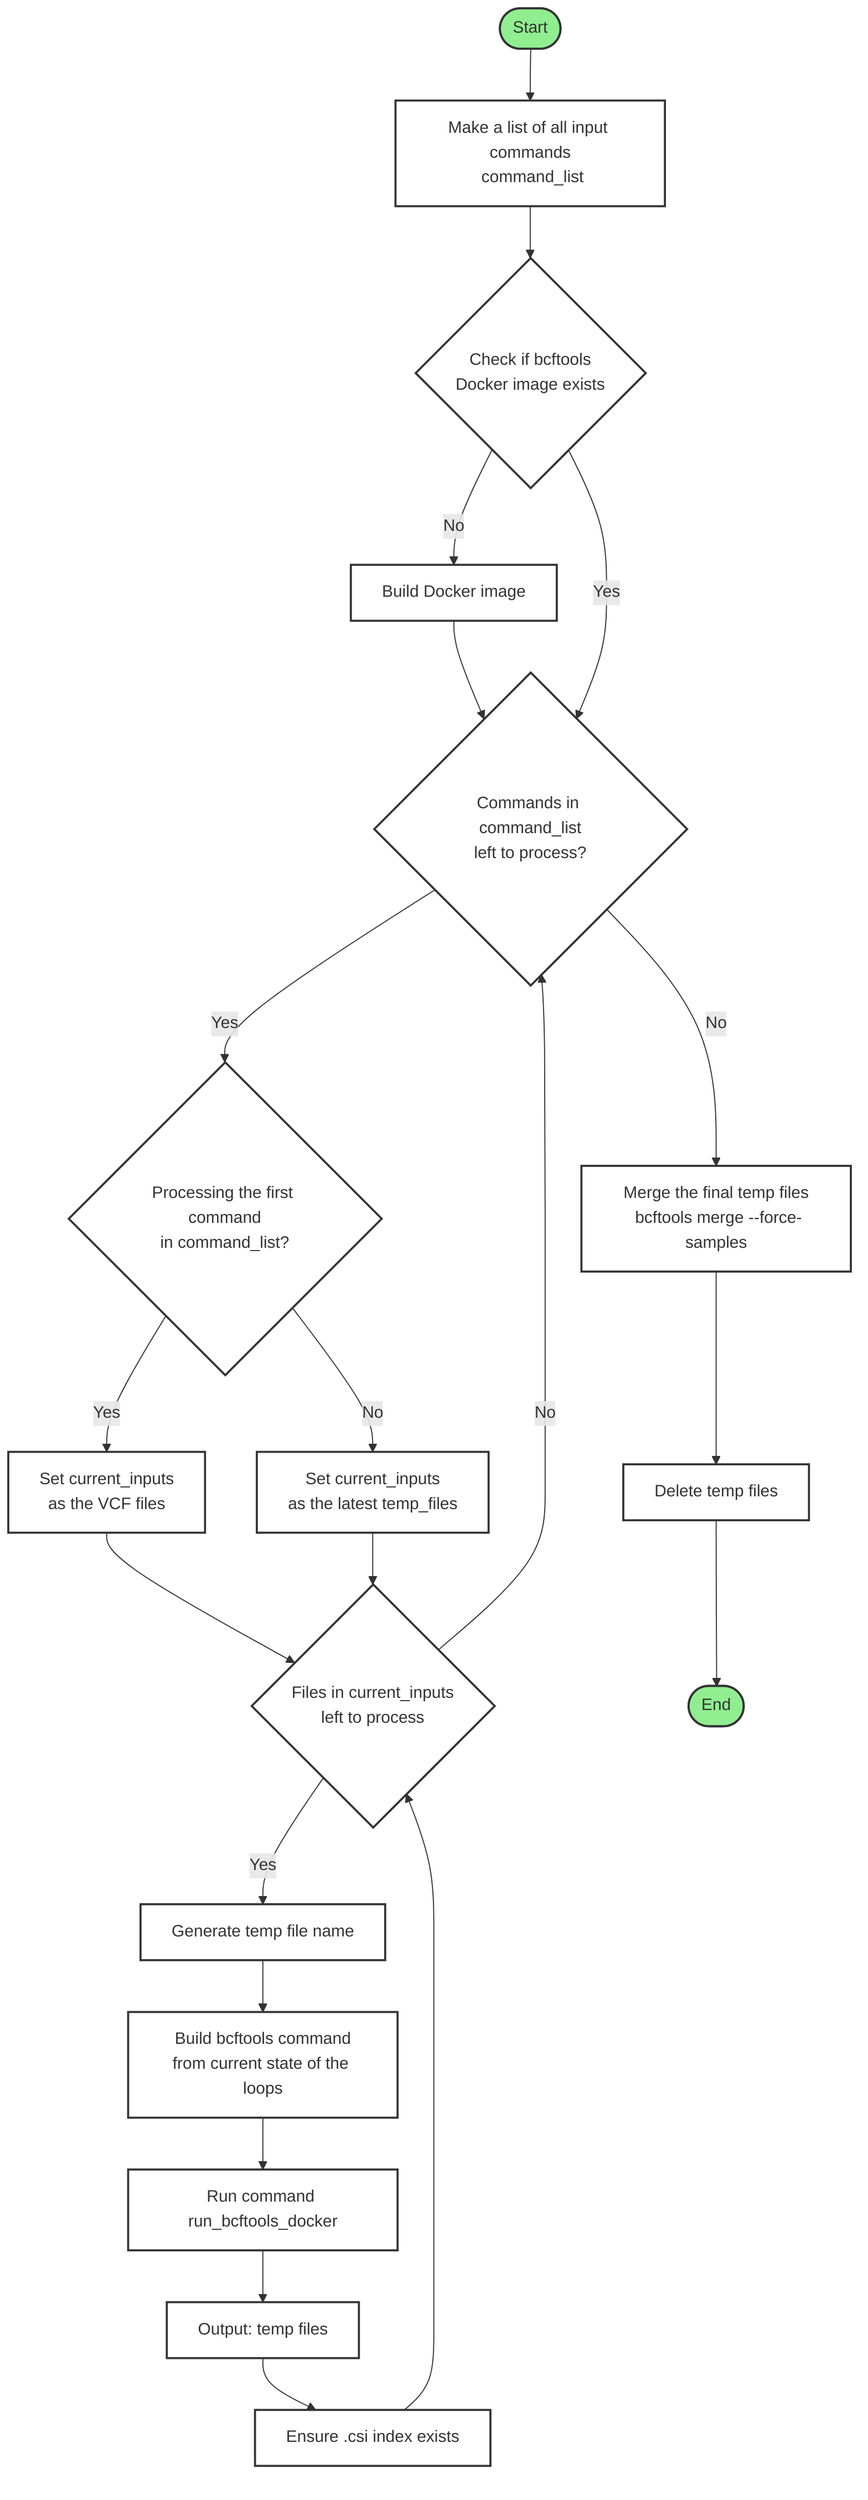
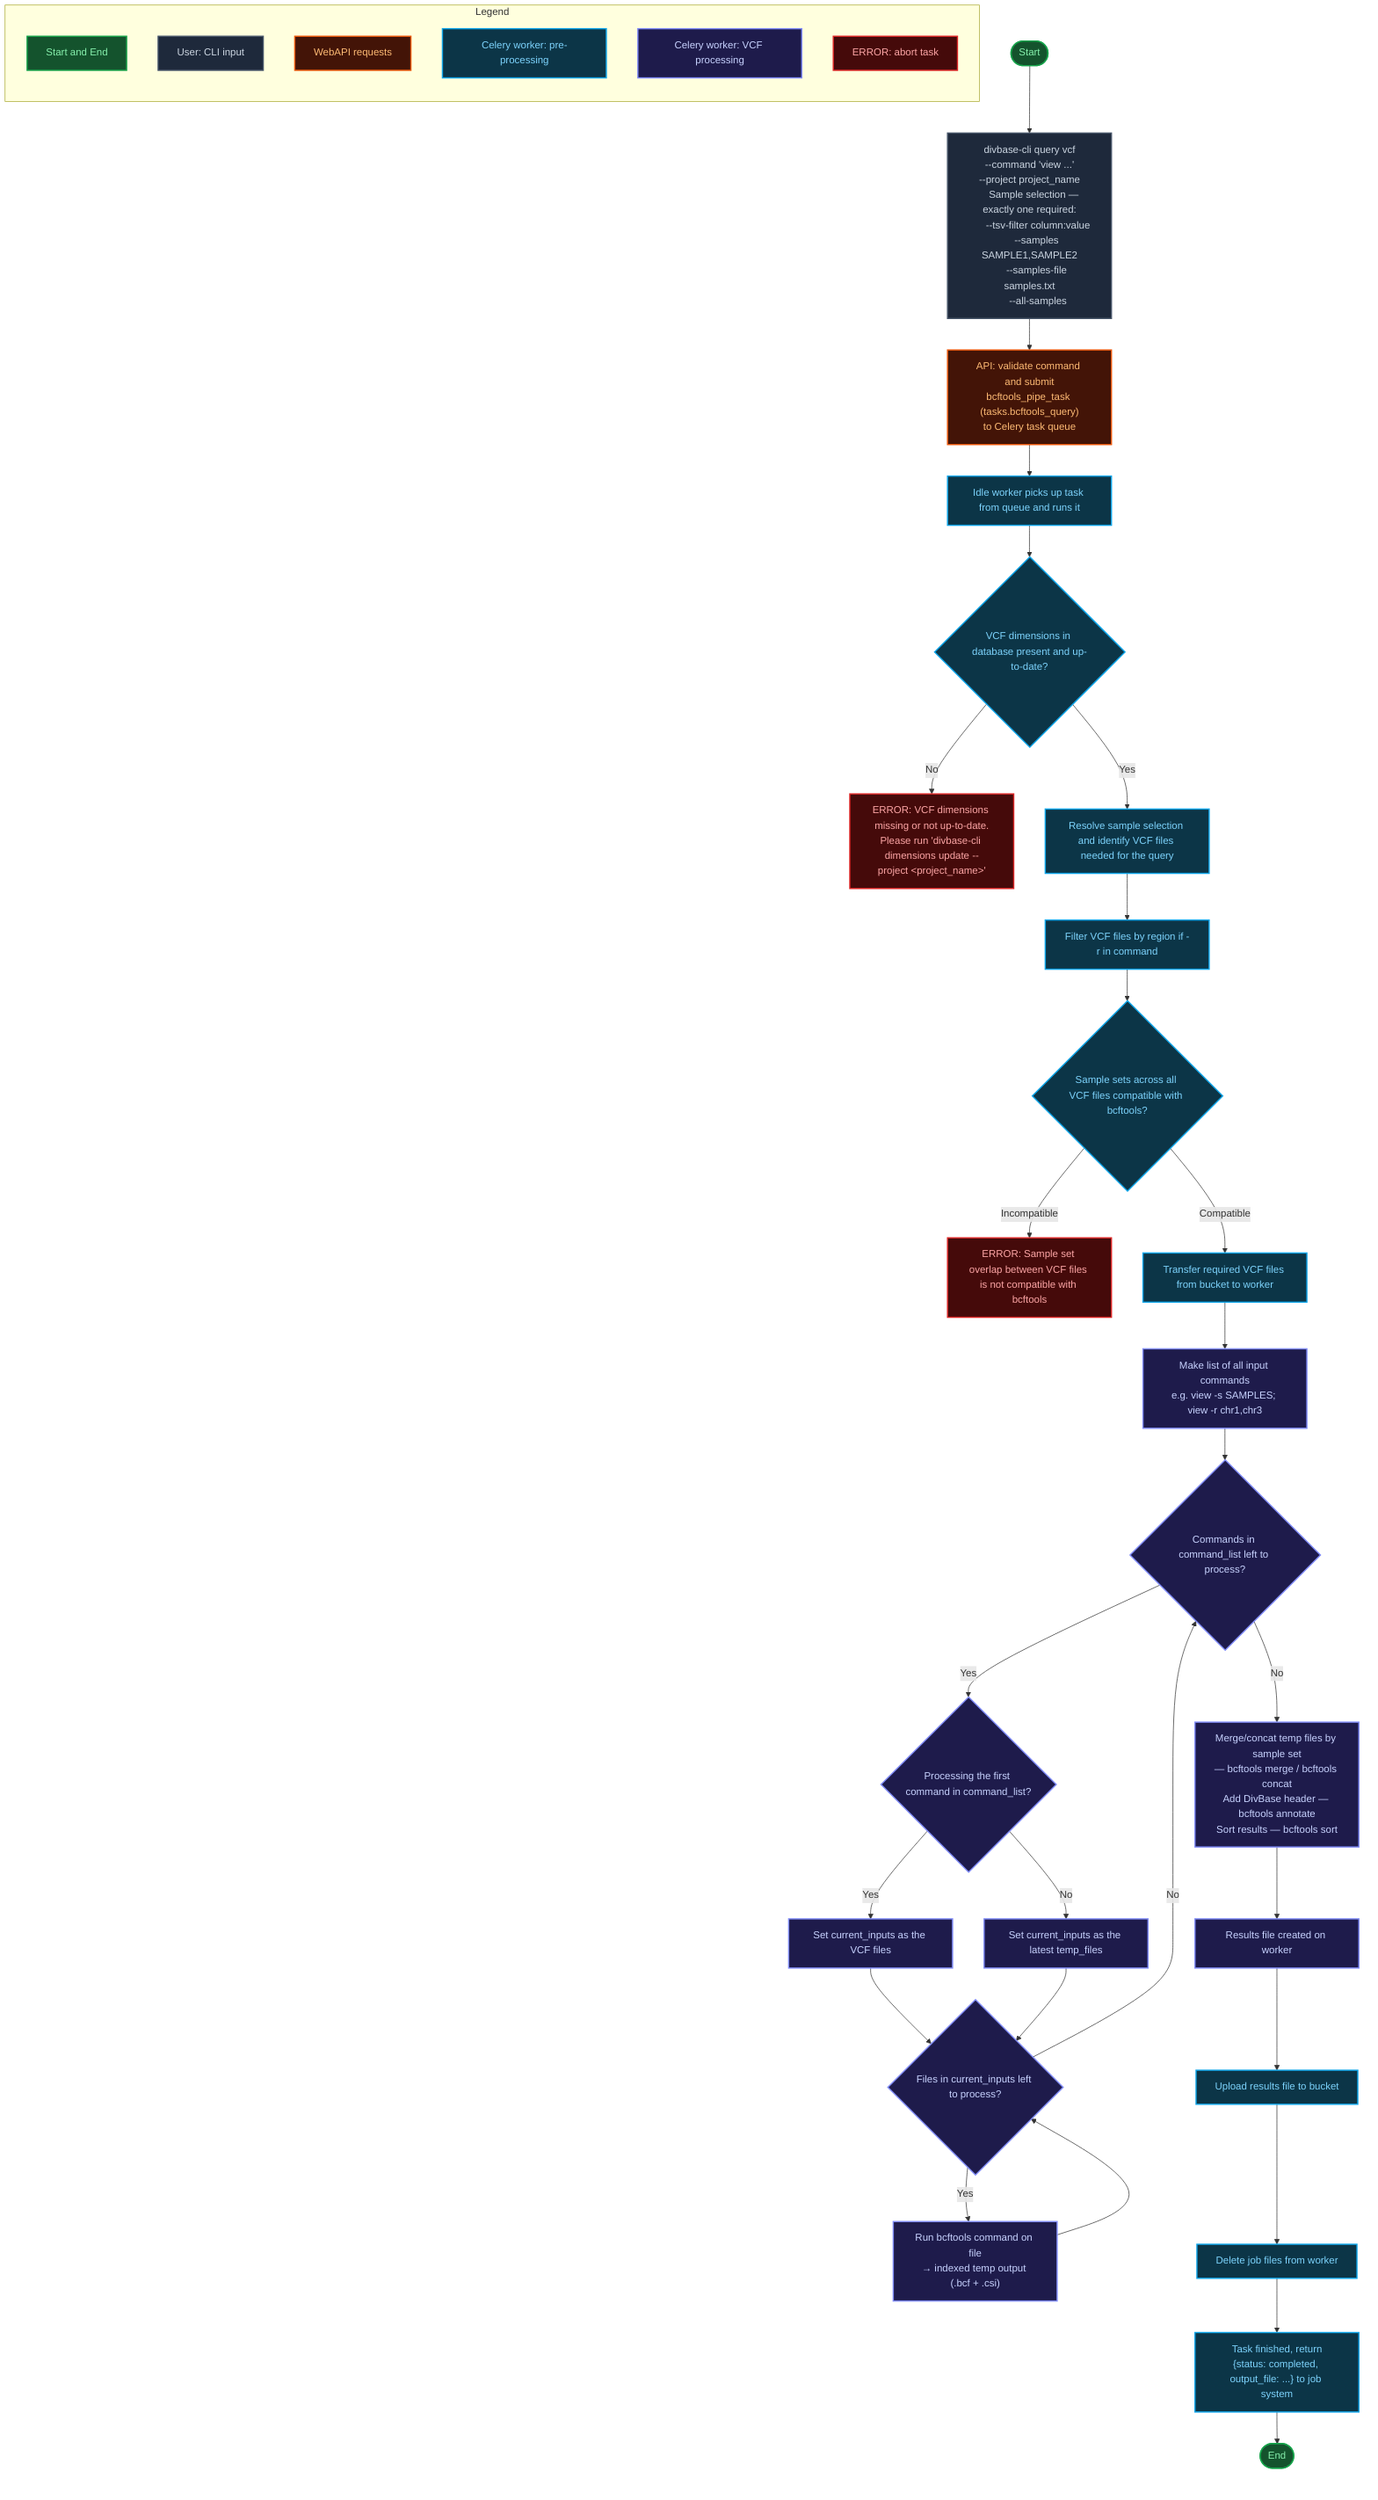
flowchart TB
+     subgraph Legend
+         direction TB
+         key1[Start and End]:::green
+         key2[User: CLI input]:::gray
+         key3[WebAPI requests]:::amber
+         key4[Celery worker: pre-processing]:::teal
+         key5[Celery worker: VCF processing]:::blue
+         key6[ERROR: abort task]:::red
+     end
+ 
    start([Start]):::green
-     command_list[Make a list of all input commands<br/> command_list]:::white
-     check_image{Check if bcftools<br/>Docker image exists}:::white
-     build_image[Build Docker image]:::white
-     process_commands{Commands in command_list<br/>left to process?}:::white
-     init_loop{Processing the first command<br/>in command_list?}:::white
-     input_vcf[Set current_inputs<br/>as the VCF files]:::white
-     input_temp[Set current_inputs<br/>as the latest temp_files]:::white
-     process_files{Files in current_inputs<br/>left to process}:::white
-     generate_temp[Generate temp file name]:::white
-     format_command[Build bcftools command<br/>from current state of the loops]:::white
-     run_command[Run command run_bcftools_docker]:::white
-     temp_output[Output: temp files]:::white
-     ensure_index[Ensure .csi index exists]:::white
-     merge_files[Merge the final temp files<br/> bcftools merge --force-samples]:::white
-     cleanup[Delete temp files]:::white
+     CLI_command["`divbase-cli query vcf
+     --command 'view ...'
+     --project project_name
+ 
+     Sample selection — exactly one required:
+       --tsv-filter column:value
+       --samples SAMPLE1,SAMPLE2
+       --samples-file samples.txt
+       --all-samples`"]:::gray
+     API_request["`API: validate command and submit
+     bcftools_pipe_task (tasks.bcftools_query)
+     to Celery task queue`"]:::amber
+ 
+     worker_picks_up_task[Idle worker picks up task from queue and runs it]:::teal
+     check_dimensions{VCF dimensions in database present and up-to-date?}:::teal
+     raise_error_dimensions["`ERROR: VCF dimensions missing or not up-to-date.
+     Please run 'divbase-cli dimensions update --project &lt;project_name&gt;'`"]:::red
+     resolve_samples["`Resolve sample selection and identify VCF files needed for the query`"]:::teal
+     filter_files_by_region[Filter VCF files by region if -r in command]:::teal
+     check_sample_compatibility{Sample sets across all VCF files compatible with bcftools?}:::teal
+     raise_error_overlap[ERROR: Sample set overlap between VCF files is not compatible with bcftools]:::red
+     transfer_files_to_worker[Transfer required VCF files from bucket to worker]:::teal
+ 
+     command_list["`Make list of all input commands
+     e.g. view -s SAMPLES; view -r chr1,chr3`"]:::blue
+     process_commands{Commands in command_list left to process?}:::blue
+     init_loop{Processing the first command in command_list?}:::blue
+     input_vcf[Set current_inputs as the VCF files]:::blue
+     input_temp[Set current_inputs as the latest temp_files]:::blue
+     process_files{Files in current_inputs left to process?}:::blue
+     run_and_index["`Run bcftools command on file
+     → indexed temp output (.bcf + .csi)`"]:::blue
+ 
+     merge_concat_annotate_sort["`Merge/concat temp files by sample set
+     — bcftools merge / bcftools concat
+     Add DivBase header — bcftools annotate
+     Sort results — bcftools sort`"]:::blue
+     results_file_created[Results file created on worker]:::blue
+ 
+     upload_results_file[Upload results file to bucket]:::teal
+     delete_job_files[Delete job files from worker]:::teal
+     task_completed["`Task finished, return
+     {status: completed, output_file: ...} to job system`"]:::teal
    end_node([End]):::green

-     start --> command_list
-     command_list --> check_image
-     check_image -->|No| build_image
-     build_image --> process_commands
-     check_image -->|Yes| process_commands
+     start --> CLI_command
+     CLI_command --> API_request
+     API_request --> worker_picks_up_task
+     worker_picks_up_task --> check_dimensions
+     check_dimensions -->|No| raise_error_dimensions
+     check_dimensions -->|Yes| resolve_samples
+     resolve_samples --> filter_files_by_region
+     filter_files_by_region --> check_sample_compatibility
+     check_sample_compatibility -->|Incompatible| raise_error_overlap
+     check_sample_compatibility -->|Compatible| transfer_files_to_worker
+     transfer_files_to_worker --> command_list
+ 
+     command_list --> process_commands
    process_commands -->|Yes| init_loop
    init_loop -->|Yes| input_vcf
    init_loop -->|No| input_temp
    input_vcf --> process_files
    input_temp --> process_files
-     process_files -->|Yes| generate_temp
-     generate_temp --> format_command
-     format_command --> run_command
-     run_command --> temp_output
-     temp_output --> ensure_index
-     ensure_index --> process_files
+     process_files -->|Yes| run_and_index
+     run_and_index --> process_files
    process_files -->|No| process_commands
-     process_commands -->|No| merge_files
-     merge_files --> cleanup
-     cleanup --> end_node
+     process_commands -->|No| merge_concat_annotate_sort

-     classDef green fill:#90EE90,stroke:#333,stroke-width:2px
-     classDef white fill:#FFFFFF,stroke:#333,stroke-width:2px
-     classDef blue fill:#ADD8E6,stroke:#333,stroke-width:2px
+     merge_concat_annotate_sort --> results_file_created
+     results_file_created --> upload_results_file
+     upload_results_file --> delete_job_files
+     delete_job_files --> task_completed
+     task_completed --> end_node

- %% Exported to white theme SVG (dark mode did not render text color correctly agaist colored box backgrounds) with:
+     classDef green fill:#14532d,stroke:#16a34a,color:#86efac,stroke-width:2px
+     classDef gray  fill:#1e293b,stroke:#475569,color:#cbd5e1,stroke-width:2px
+     classDef amber fill:#431407,stroke:#ea580c,color:#fdba74,stroke-width:2px
+     classDef teal  fill:#0c3547,stroke:#0ea5e9,color:#7dd3fc,stroke-width:2px
+     classDef blue  fill:#1e1b4b,stroke:#818cf8,color:#c7d2fe,stroke-width:2px
+     classDef red   fill:#450a0a,stroke:#dc2626,color:#fca5a5,stroke-width:2px
+ 
+ %% Exported to dark theme SVG with:
%% mmdc -i docs/assets/diagrams/bcftools_task_logic_flow_simplified.mermaid \
%%      -o docs/assets/diagrams/bcftools_task_logic_flow_simplified.svg \
+ %%      --theme dark --backgroundColor "#22272e"
+ 
+ %% mmdc -i docs/assets/diagrams/bcftools_task_logic_flow_simplified.mermaid\
+ %%      -o docs/assets/diagrams/bcftools_task_logic_flow_simplified.png --theme dark --backgroundColor  "#22272e" --scale 2
